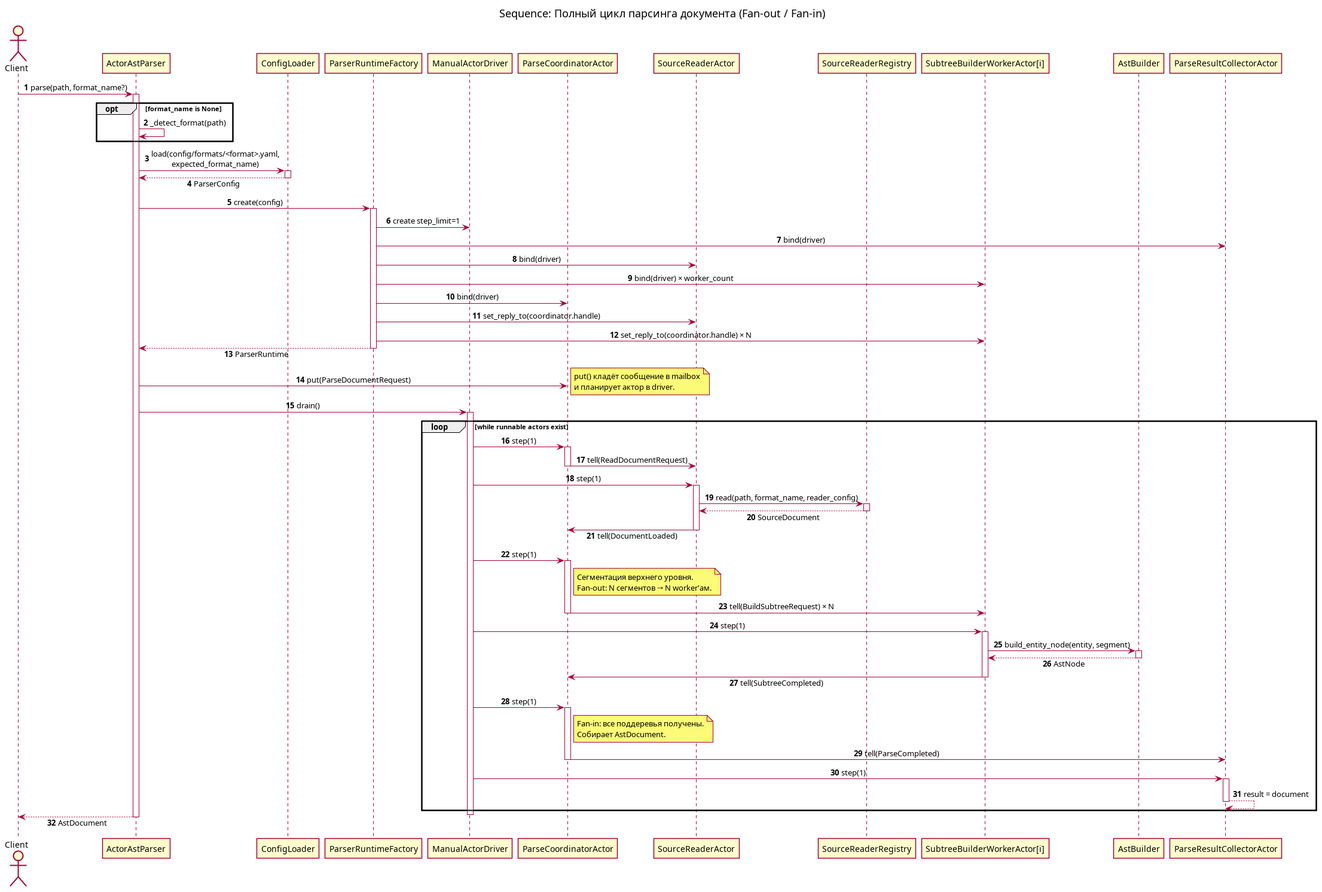
This is docs/uml/ast_parser_sequence.png from Forthey/DiGr, a PlantUML export, as it was before one commit. Its source is kept beside it as docs/uml/ast_parser_sequence.puml. Its diagram source:
```plantuml
@startuml
autonumber
skinparam shadowing false
skinparam sequenceMessageAlign center
skinparam responseMessageBelowArrow true

title Sequence: Полный цикл парсинга документа (Fan-out / Fan-in)

actor Client
participant ActorAstParser
participant ConfigLoader
participant ParserRuntimeFactory
participant ManualActorDriver as Driver
participant ParseCoordinatorActor as Coordinator
participant SourceReaderActor as Reader
participant SourceReaderRegistry
participant "SubtreeBuilderWorkerActor[i]" as Worker
participant AstBuilder
participant ParseResultCollectorActor as Collector

Client -> ActorAstParser: parse(path, format_name?)
activate ActorAstParser

opt format_name is None
  ActorAstParser -> ActorAstParser: _detect_format(path)
end

ActorAstParser -> ConfigLoader: load(config/formats/<format>.yaml,\nexpected_format_name)
activate ConfigLoader
ConfigLoader --> ActorAstParser: ParserConfig
deactivate ConfigLoader

ActorAstParser -> ParserRuntimeFactory: create(config)
activate ParserRuntimeFactory
ParserRuntimeFactory -> Driver: create step_limit=1
ParserRuntimeFactory -> Collector: bind(driver)
ParserRuntimeFactory -> Reader: bind(driver)
ParserRuntimeFactory -> Worker: bind(driver) × worker_count
ParserRuntimeFactory -> Coordinator: bind(driver)
ParserRuntimeFactory -> Reader: set_reply_to(coordinator.handle)
ParserRuntimeFactory -> Worker: set_reply_to(coordinator.handle) × N
ParserRuntimeFactory --> ActorAstParser: ParserRuntime
deactivate ParserRuntimeFactory

  ActorAstParser -> Coordinator: put(ParseDocumentRequest)
  note right
    put() кладёт сообщение в mailbox
    и планирует актор в driver.
  end note

ActorAstParser -> Driver: drain()
activate Driver

loop while runnable actors exist

  Driver -> Coordinator: step(1)
  activate Coordinator
  Coordinator -> Reader: tell(ReadDocumentRequest)
  deactivate Coordinator

  Driver -> Reader: step(1)
  activate Reader
  Reader -> SourceReaderRegistry: read(path, format_name, reader_config)
  activate SourceReaderRegistry
  SourceReaderRegistry --> Reader: SourceDocument
  deactivate SourceReaderRegistry
  Reader -> Coordinator: tell(DocumentLoaded)
  deactivate Reader

  Driver -> Coordinator: step(1)
  activate Coordinator
  note right of Coordinator
    Сегментация верхнего уровня.
    Fan-out: N сегментов → N worker'ам.
  end note
  Coordinator -> Worker: tell(BuildSubtreeRequest) × N
  deactivate Coordinator

  Driver -> Worker: step(1)
  activate Worker
  Worker -> AstBuilder: build_entity_node(entity, segment)
  activate AstBuilder
  AstBuilder --> Worker: AstNode
  deactivate AstBuilder
  Worker -> Coordinator: tell(SubtreeCompleted)
  deactivate Worker

  Driver -> Coordinator: step(1)
  activate Coordinator
  note right of Coordinator
    Fan-in: все поддеревья получены.
    Собирает AstDocument.
  end note
  Coordinator -> Collector: tell(ParseCompleted)
  deactivate Coordinator

  Driver -> Collector: step(1)
  activate Collector
  Collector --> Collector: result = document
  deactivate Collector
end

deactivate Driver

ActorAstParser --> Client: AstDocument
deactivate ActorAstParser

@enduml
```
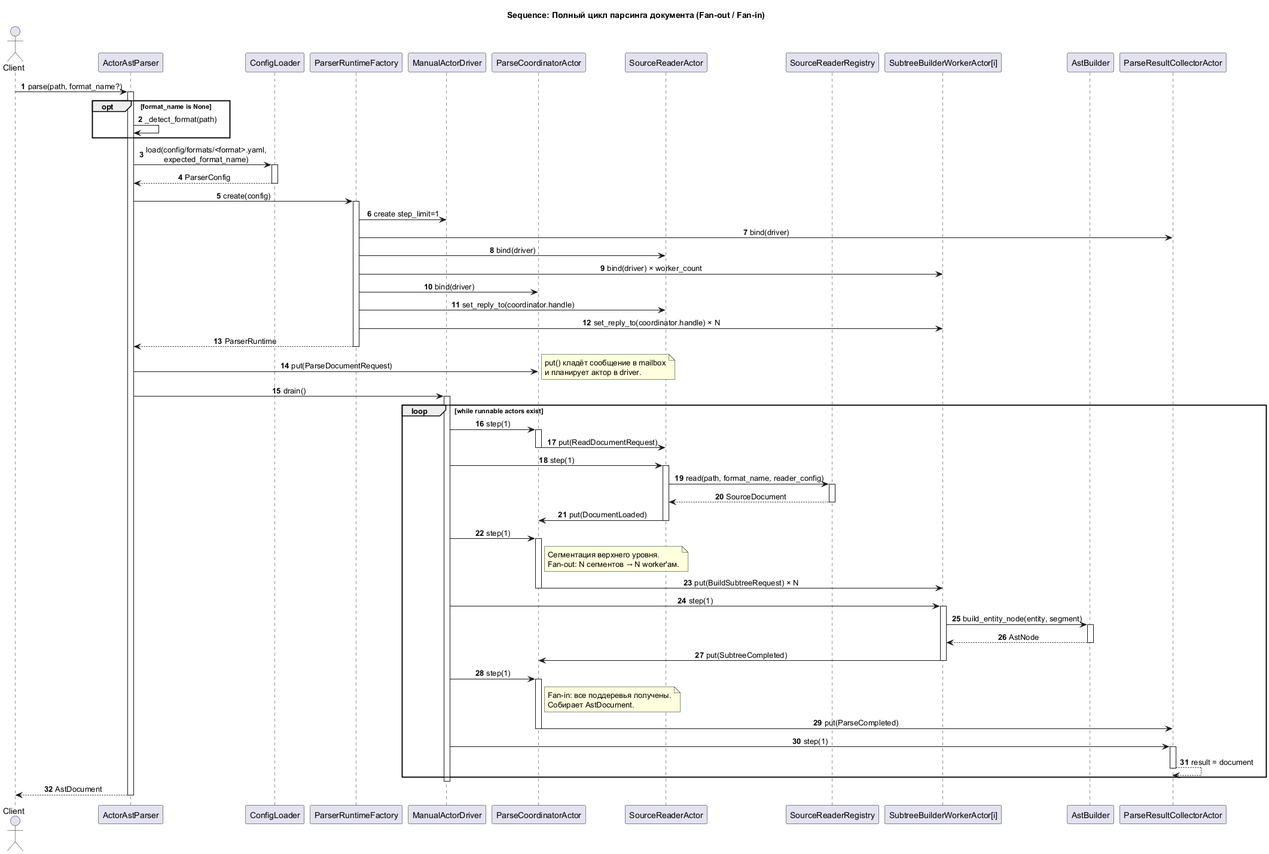
The same diagram one commit later.

Change to the diagram source:
```diff
@@ -55,7 +55,7 @@
 
   Driver -> Coordinator: step(1)
   activate Coordinator
-  Coordinator -> Reader: tell(ReadDocumentRequest)
+  Coordinator -> Reader: put(ReadDocumentRequest)
   deactivate Coordinator
 
   Driver -> Reader: step(1)
@@ -64,7 +64,7 @@
   activate SourceReaderRegistry
   SourceReaderRegistry --> Reader: SourceDocument
   deactivate SourceReaderRegistry
-  Reader -> Coordinator: tell(DocumentLoaded)
+  Reader -> Coordinator: put(DocumentLoaded)
   deactivate Reader
 
   Driver -> Coordinator: step(1)
@@ -73,7 +73,7 @@
     Сегментация верхнего уровня.
     Fan-out: N сегментов → N worker'ам.
   end note
-  Coordinator -> Worker: tell(BuildSubtreeRequest) × N
+  Coordinator -> Worker: put(BuildSubtreeRequest) × N
   deactivate Coordinator
 
   Driver -> Worker: step(1)
@@ -82,7 +82,7 @@
   activate AstBuilder
   AstBuilder --> Worker: AstNode
   deactivate AstBuilder
-  Worker -> Coordinator: tell(SubtreeCompleted)
+  Worker -> Coordinator: put(SubtreeCompleted)
   deactivate Worker
 
   Driver -> Coordinator: step(1)
@@ -91,7 +91,7 @@
     Fan-in: все поддеревья получены.
     Собирает AstDocument.
   end note
-  Coordinator -> Collector: tell(ParseCompleted)
+  Coordinator -> Collector: put(ParseCompleted)
   deactivate Coordinator
 
   Driver -> Collector: step(1)
```
